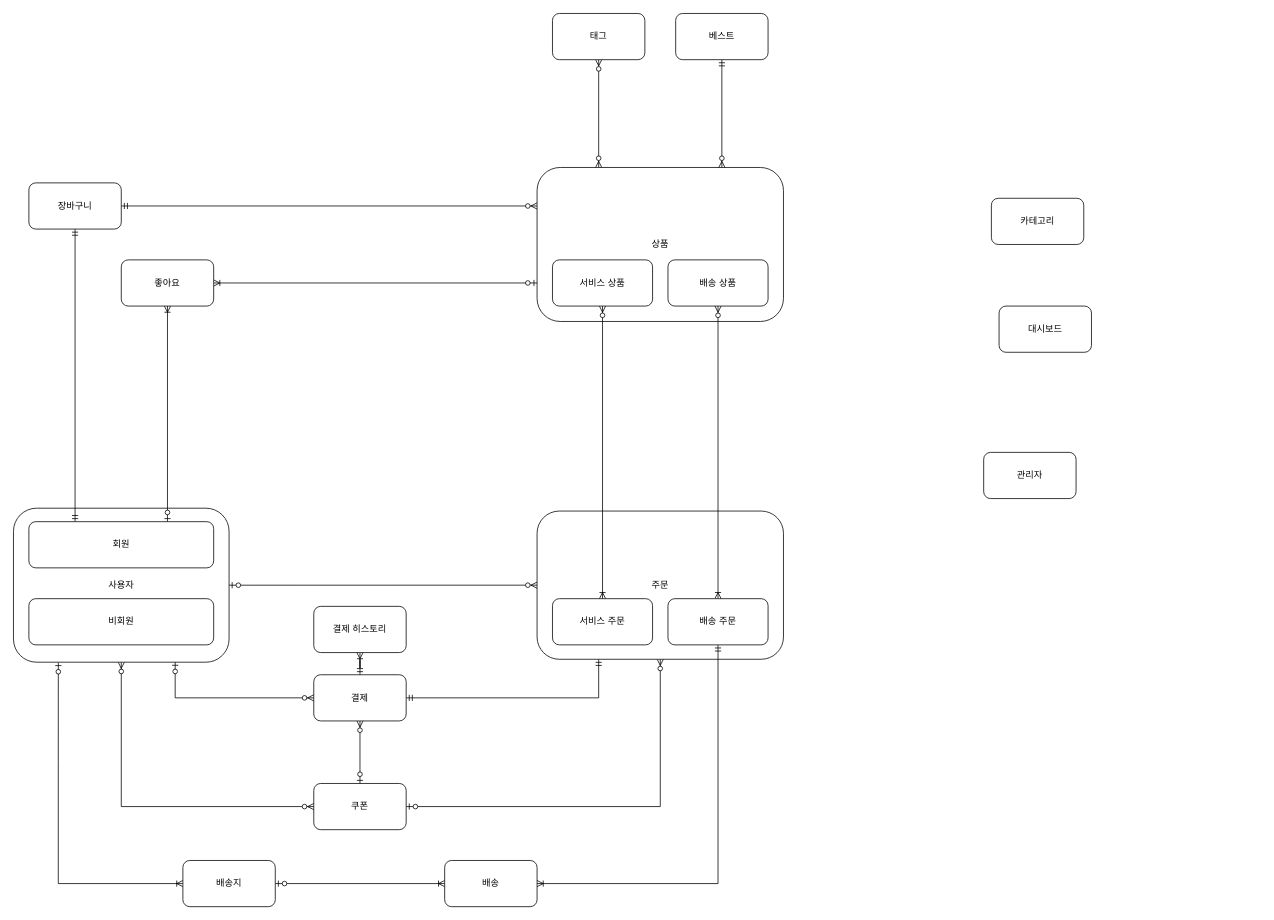
Above: sirious_conceptual.drawio in donghyeon0725/notepad (draw.io), before the change. Source tidied: cells renumbered, new cells numbered last; positions are measured from the earlier drawing's top-left corner, leaving out a move shared by most shapes. Both pictures are drawn from the tidied source at 77%, with x=0, y=0 at pixel (13, 13).
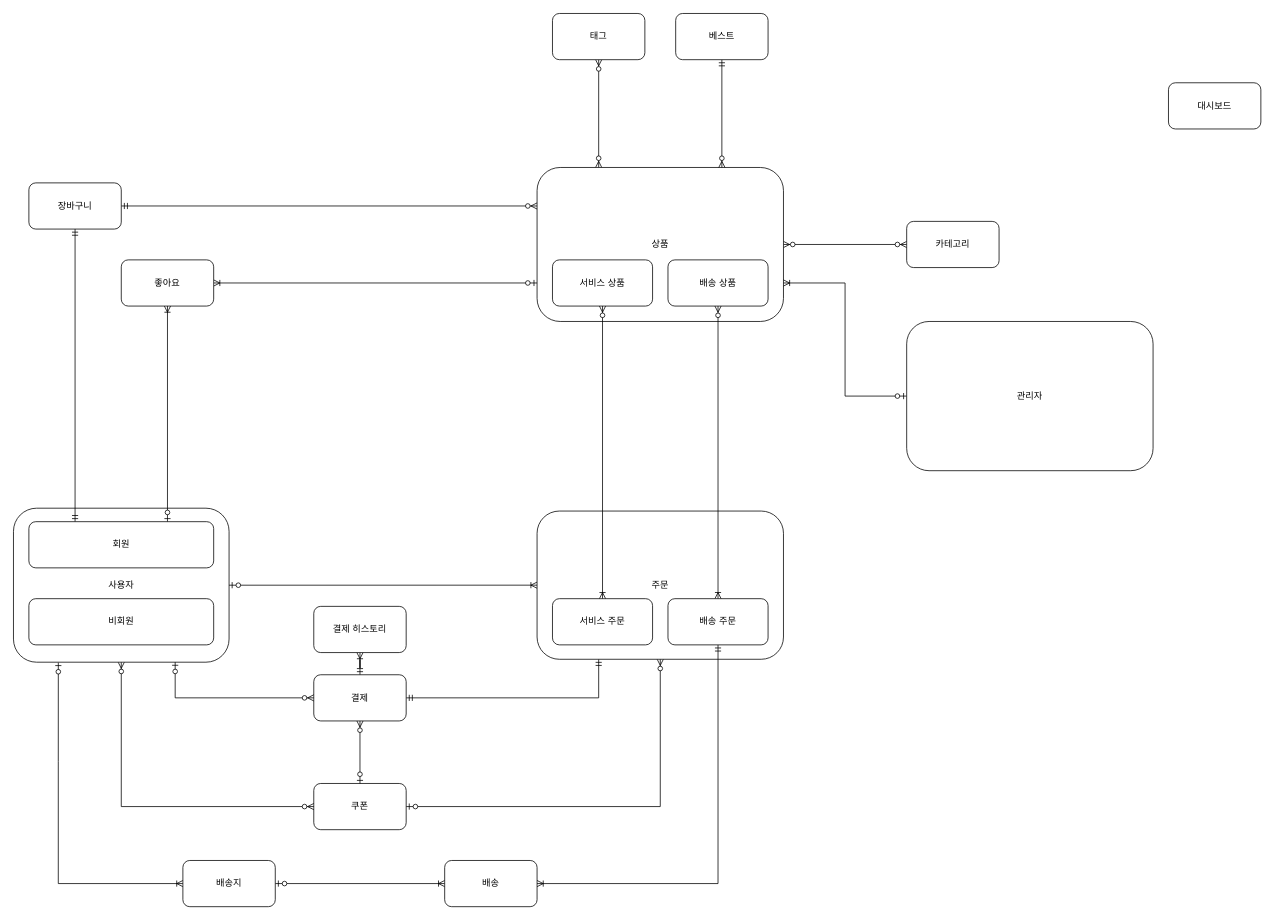
Above is the later version.

Unchanged cells that the change refers to:
```xml
<mxCell id="3" value="상품" style="rounded=1;whiteSpace=wrap;html=1;" parent="1" vertex="1">
  <mxGeometry x="680" y="200" width="320" height="200" as="geometry" />
</mxCell>
<mxCell id="24" value="사용자" style="rounded=1;whiteSpace=wrap;html=1;" parent="1" vertex="1">
  <mxGeometry y="642.5" width="280" height="200" as="geometry" />
</mxCell>
<mxCell id="30" value="주문" style="rounded=1;whiteSpace=wrap;html=1;" parent="1" vertex="1">
  <mxGeometry x="680" y="646.2" width="320" height="192.5" as="geometry" />
</mxCell>
```

Change to the diagram source:
```diff
@@
+    <mxCell id="41" style="edgeStyle=orthogonalEdgeStyle;rounded=0;jettySize=auto;html=1;exitX=1;exitY=0.5;exitDx=0;exitDy=0;startArrow=ERzeroToMany;startFill=1;endArrow=ERzeroToMany;endFill=1;" parent="1" edge="1" source="3" target="10">
+      <mxGeometry relative="1" as="geometry" />
+    </mxCell>
@@
     <mxCell id="10" value="카테고리" style="rounded=1;whiteSpace=wrap;html=1;" parent="1" vertex="1">
-      <mxGeometry x="1270" y="240" width="120" height="60" as="geometry" />
+      <mxGeometry x="1160" y="270" width="120" height="60" as="geometry" />
     </mxCell>
@@
     <mxCell id="16" value="대시보드" style="rounded=1;whiteSpace=wrap;html=1;" parent="1" vertex="1">
-      <mxGeometry x="1280" y="380" width="120" height="60" as="geometry" />
+      <mxGeometry x="1500" y="90" width="120" height="60" as="geometry" />
     </mxCell>
@@
-    <mxCell id="25" style="edgeStyle=orthogonalEdgeStyle;rounded=0;jettySize=auto;html=1;entryX=0;entryY=0.5;entryDx=0;entryDy=0;startArrow=ERzeroToOne;startFill=1;endArrow=ERzeroToMany;endFill=1;exitX=1;exitY=0.5;exitDx=0;exitDy=0;" parent="1" edge="1" source="24" target="30">
+    <mxCell id="25" style="edgeStyle=orthogonalEdgeStyle;rounded=0;jettySize=auto;html=1;entryX=0;entryY=0.5;entryDx=0;entryDy=0;startArrow=ERzeroToOne;startFill=1;endArrow=ERoneToMany;endFill=0;exitX=1;exitY=0.5;exitDx=0;exitDy=0;" parent="1" edge="1" source="24" target="30">
       <mxGeometry relative="1" as="geometry" />
     </mxCell>
@@
+    <mxCell id="42" style="edgeStyle=orthogonalEdgeStyle;rounded=0;jettySize=auto;html=1;entryX=1;entryY=0.75;entryDx=0;entryDy=0;startArrow=ERzeroToOne;startFill=1;endArrow=ERoneToMany;endFill=0;" parent="1" edge="1" source="27" target="3">
+      <mxGeometry relative="1" as="geometry" />
+    </mxCell>
     <mxCell id="27" value="관리자" style="rounded=1;whiteSpace=wrap;html=1;" parent="1" vertex="1">
-      <mxGeometry x="1260" y="570" width="120" height="60" as="geometry" />
+      <mxGeometry x="1160" y="400" width="320" height="193.8" as="geometry" />
     </mxCell>
```
